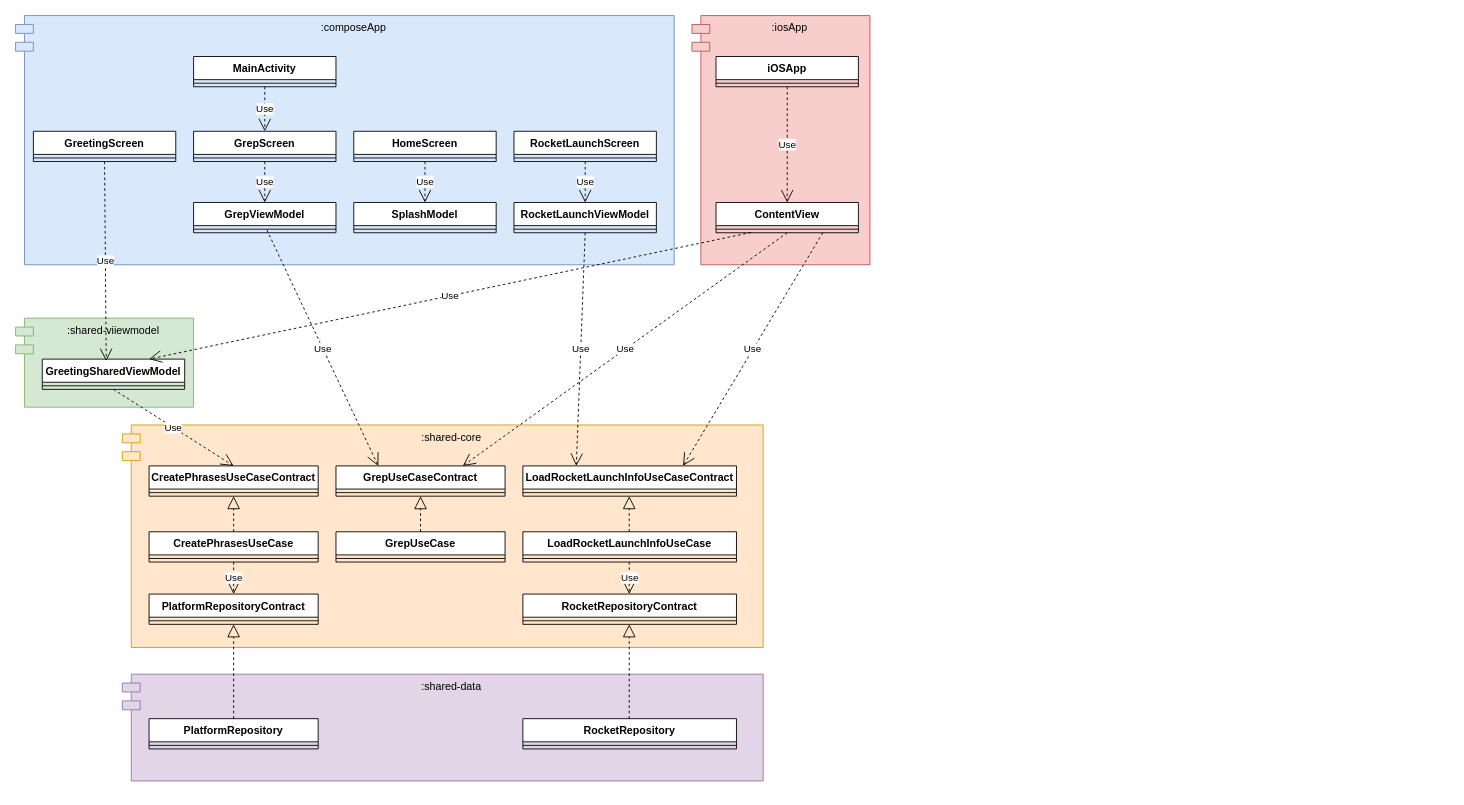
Above: page "class_diagram" (3 of 4) of KmpMultiModuleWithSubmodule/docs/kmp_multimodule.drawio in seabat/kmp-samples (draw.io), before the change. Source tidied: cells renumbered, new cells numbered last; positions are measured from the earlier drawing's top-left corner, leaving out a move shared by most shapes. Both pictures are drawn from the tidied source at 89%, with x=0, y=0 at pixel (15, 15).
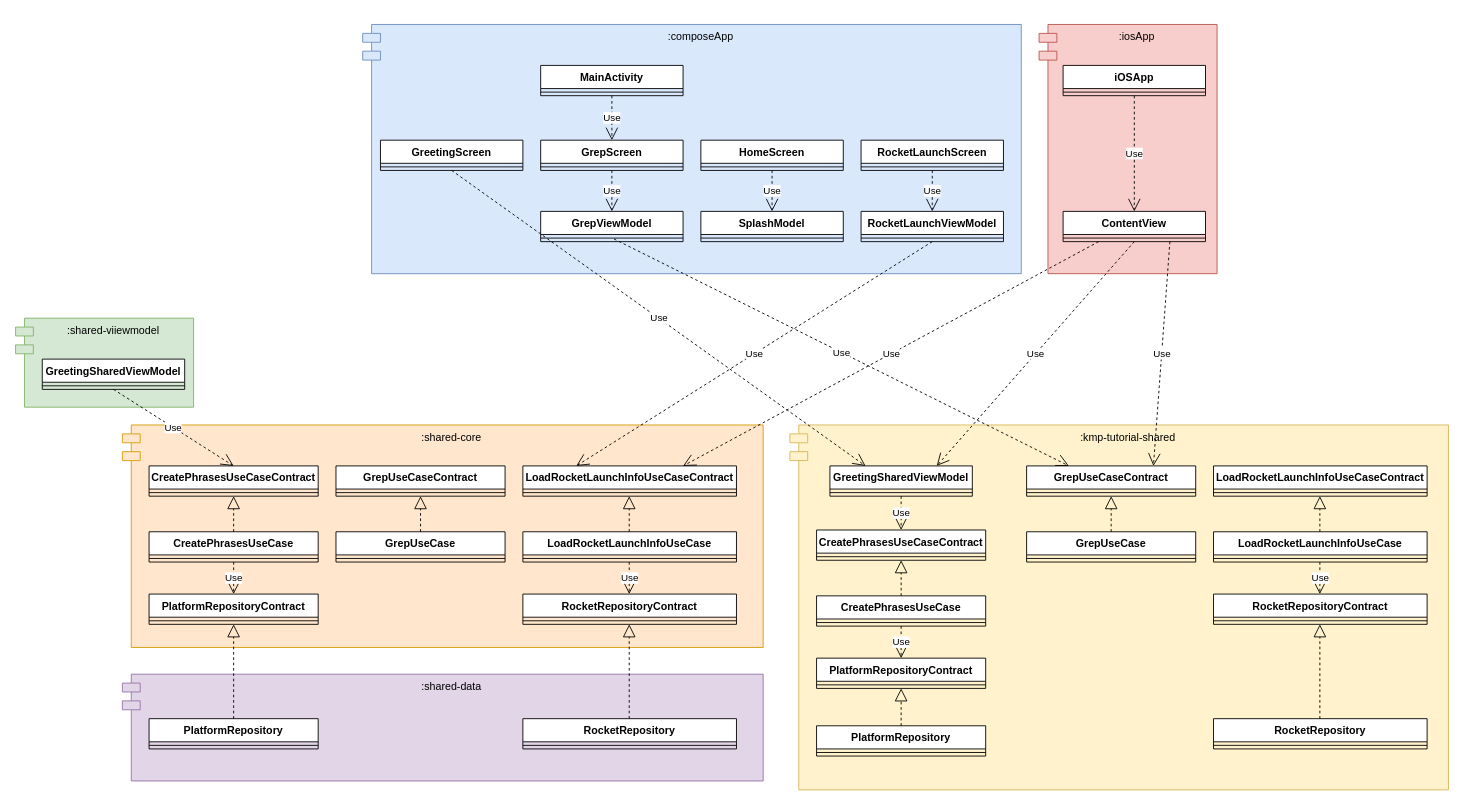
After the change.

Unchanged cells that the change refers to:
```xml
<mxCell id="17" style="line;strokeWidth=1;fillColor=none;align=left;verticalAlign=middle;spacingTop=-1;spacingLeft=3;spacingRight=3;labelPosition=right;points=[];portConstraint=eastwest;strokeColor=inherit;" parent="16" vertex="1">
  <mxGeometry y="26" width="160" height="8" as="geometry" />
</mxCell>
<mxCell id="21" value="GreetingSharedViewModel" style="swimlane;fontStyle=1;align=center;verticalAlign=top;horizontal=1;startSize=26;whiteSpace=wrap;html=1;" parent="1" vertex="1">
  <mxGeometry x="30" y="386" width="160" height="34" as="geometry" />
</mxCell>
<mxCell id="27" value="GrepUseCaseContract" style="swimlane;fontStyle=1;align=center;verticalAlign=top;horizontal=1;startSize=26;whiteSpace=wrap;html=1;" parent="1" vertex="1">
  <mxGeometry x="360" y="506" width="190" height="34" as="geometry" />
</mxCell>
<mxCell id="31" value="LoadRocketLaunchInfoUseCaseContract" style="swimlane;fontStyle=1;align=center;verticalAlign=top;horizontal=1;startSize=26;whiteSpace=wrap;html=1;" parent="1" vertex="1">
  <mxGeometry x="570" y="506" width="240" height="34" as="geometry" />
</mxCell>
<mxCell id="62" style="line;strokeWidth=1;fillColor=none;align=left;verticalAlign=middle;spacingTop=-1;spacingLeft=3;spacingRight=3;labelPosition=right;points=[];portConstraint=eastwest;strokeColor=inherit;" parent="61" vertex="1">
  <mxGeometry y="26" width="160" height="8" as="geometry" />
</mxCell>
```

What changed in the source:
```diff
@@
+    <mxCell id="68" value=":kmp-tutorial-shared" style="shape=module;align=left;spacingLeft=20;align=center;verticalAlign=top;whiteSpace=wrap;html=1;fillColor=#fff2cc;strokeColor=#d6b656;" parent="1" vertex="1">
+      <mxGeometry x="870" y="460" width="740" height="410" as="geometry" />
+    </mxCell>
     <mxCell id="2" value=":composeApp" style="shape=module;align=left;spacingLeft=20;align=center;verticalAlign=top;whiteSpace=wrap;html=1;fillColor=#dae8fc;strokeColor=#6c8ebf;" parent="1" vertex="1">
-      <mxGeometry width="740" height="280" as="geometry" />
+      <mxGeometry x="390" y="10" width="740" height="280" as="geometry" />
     </mxCell>
@@
     <mxCell id="4" value="MainActivity" style="swimlane;fontStyle=1;align=center;verticalAlign=top;horizontal=1;startSize=26;whiteSpace=wrap;html=1;" parent="1" vertex="1">
-      <mxGeometry x="200" y="46" width="160" height="34" as="geometry" />
+      <mxGeometry x="590" y="56" width="160" height="34" as="geometry" />
     </mxCell>
@@
     <mxCell id="6" value="GreetingScreen" style="swimlane;fontStyle=1;align=center;verticalAlign=top;horizontal=1;startSize=26;whiteSpace=wrap;html=1;" parent="1" vertex="1">
-      <mxGeometry x="20" y="130" width="160" height="34" as="geometry" />
+      <mxGeometry x="410" y="140" width="160" height="34" as="geometry" />
     </mxCell>
@@
     <mxCell id="8" value="GrepScreen" style="swimlane;fontStyle=1;align=center;verticalAlign=top;horizontal=1;startSize=26;whiteSpace=wrap;html=1;" parent="1" vertex="1">
-      <mxGeometry x="200" y="130" width="160" height="34" as="geometry" />
+      <mxGeometry x="590" y="140" width="160" height="34" as="geometry" />
     </mxCell>
@@
     <mxCell id="10" value="HomeScreen" style="swimlane;fontStyle=1;align=center;verticalAlign=top;horizontal=1;startSize=26;whiteSpace=wrap;html=1;" parent="1" vertex="1">
-      <mxGeometry x="380" y="130" width="160" height="34" as="geometry" />
+      <mxGeometry x="770" y="140" width="160" height="34" as="geometry" />
     </mxCell>
@@
     <mxCell id="12" value="RocketLaunchScreen" style="swimlane;fontStyle=1;align=center;verticalAlign=top;horizontal=1;startSize=26;whiteSpace=wrap;html=1;" parent="1" vertex="1">
-      <mxGeometry x="560" y="130" width="160" height="34" as="geometry" />
+      <mxGeometry x="950" y="140" width="160" height="34" as="geometry" />
     </mxCell>
@@
     <mxCell id="16" value="GrepViewModel" style="swimlane;fontStyle=1;align=center;verticalAlign=top;horizontal=1;startSize=26;whiteSpace=wrap;html=1;" parent="1" vertex="1">
-      <mxGeometry x="200" y="210" width="160" height="34" as="geometry" />
+      <mxGeometry x="590" y="220" width="160" height="34" as="geometry" />
     </mxCell>
@@
     <mxCell id="18" value="RocketLaunchViewModel" style="swimlane;fontStyle=1;align=center;verticalAlign=top;horizontal=1;startSize=26;whiteSpace=wrap;html=1;" parent="1" vertex="1">
-      <mxGeometry x="560" y="210" width="160" height="34" as="geometry" />
+      <mxGeometry x="950" y="220" width="160" height="34" as="geometry" />
     </mxCell>
@@
-    <mxCell id="38" value="Use" style="endArrow=open;endSize=12;dashed=1;html=1;rounded=0;exitX=0.5;exitY=1;exitDx=0;exitDy=0;entryX=0.449;entryY=0.066;entryDx=0;entryDy=0;entryPerimeter=0;" parent="1" edge="1" source="6" target="21">
+    <mxCell id="38" value="Use" style="endArrow=open;endSize=12;dashed=1;html=1;rounded=0;exitX=0.5;exitY=1;exitDx=0;exitDy=0;entryX=0.25;entryY=0;entryDx=0;entryDy=0;" parent="1" edge="1" source="6" target="69">
       <mxGeometry relative="1" as="geometry" />
     </mxCell>
@@
-    <mxCell id="51" value="Use" style="endArrow=open;endSize=12;dashed=1;html=1;rounded=0;exitX=0.515;exitY=0.625;exitDx=0;exitDy=0;entryX=0.25;entryY=0;entryDx=0;entryDy=0;exitPerimeter=0;" parent="1" edge="1" source="17" target="27">
+    <mxCell id="51" value="Use" style="endArrow=open;endSize=12;dashed=1;html=1;rounded=0;exitX=0.515;exitY=0.625;exitDx=0;exitDy=0;exitPerimeter=0;entryX=0.25;entryY=0;entryDx=0;entryDy=0;" parent="1" edge="1" source="17" target="96">
       <mxGeometry relative="1" as="geometry" />
     </mxCell>
     <mxCell id="52" value="SplashModel" style="swimlane;fontStyle=1;align=center;verticalAlign=top;horizontal=1;startSize=26;whiteSpace=wrap;html=1;" parent="1" vertex="1">
-      <mxGeometry x="380" y="210" width="160" height="34" as="geometry" />
+      <mxGeometry x="770" y="220" width="160" height="34" as="geometry" />
     </mxCell>
@@
     <mxCell id="58" value=":iosApp" style="shape=module;align=left;spacingLeft=20;align=center;verticalAlign=top;whiteSpace=wrap;html=1;fillColor=#f8cecc;strokeColor=#b85450;" parent="1" vertex="1">
-      <mxGeometry x="760" width="200" height="280" as="geometry" />
+      <mxGeometry x="1150" y="10" width="200" height="280" as="geometry" />
     </mxCell>
     <mxCell id="59" value="iOSApp" style="swimlane;fontStyle=1;align=center;verticalAlign=top;horizontal=1;startSize=26;whiteSpace=wrap;html=1;" parent="1" vertex="1">
-      <mxGeometry x="787" y="46" width="160" height="34" as="geometry" />
+      <mxGeometry x="1177" y="56" width="160" height="34" as="geometry" />
     </mxCell>
@@
     <mxCell id="61" value="ContentView" style="swimlane;fontStyle=1;align=center;verticalAlign=top;horizontal=1;startSize=26;whiteSpace=wrap;html=1;" parent="1" vertex="1">
-      <mxGeometry x="787" y="210" width="160" height="34" as="geometry" />
+      <mxGeometry x="1177" y="220" width="160" height="34" as="geometry" />
     </mxCell>
@@
-    <mxCell id="65" value="Use" style="endArrow=open;endSize=12;dashed=1;html=1;rounded=0;exitX=0.246;exitY=0.962;exitDx=0;exitDy=0;entryX=0.75;entryY=0;entryDx=0;entryDy=0;exitPerimeter=0;" parent="1" edge="1" source="62" target="21">
+    <mxCell id="65" value="Use" style="endArrow=open;endSize=12;dashed=1;html=1;rounded=0;entryX=0.75;entryY=0;entryDx=0;entryDy=0;exitX=0.5;exitY=1;exitDx=0;exitDy=0;" parent="1" edge="1" source="61" target="69">
       <mxGeometry relative="1" as="geometry" />
     </mxCell>
-    <mxCell id="66" value="Use" style="endArrow=open;endSize=12;dashed=1;html=1;rounded=0;exitX=0.5;exitY=1;exitDx=0;exitDy=0;entryX=0.75;entryY=0;entryDx=0;entryDy=0;" parent="1" edge="1" source="61" target="27">
+    <mxCell id="66" value="Use" style="endArrow=open;endSize=12;dashed=1;html=1;rounded=0;exitX=0.25;exitY=1;exitDx=0;exitDy=0;entryX=0.75;entryY=0;entryDx=0;entryDy=0;" parent="1" edge="1" source="61" target="31">
       <mxGeometry relative="1" as="geometry" />
     </mxCell>
-    <mxCell id="67" value="Use" style="endArrow=open;endSize=12;dashed=1;html=1;rounded=0;exitX=0.75;exitY=1;exitDx=0;exitDy=0;entryX=0.75;entryY=0;entryDx=0;entryDy=0;" parent="1" edge="1" source="61" target="31">
+    <mxCell id="67" value="Use" style="endArrow=open;endSize=12;dashed=1;html=1;rounded=0;exitX=0.75;exitY=1;exitDx=0;exitDy=0;entryX=0.75;entryY=0;entryDx=0;entryDy=0;" parent="1" edge="1" source="61" target="96">
       <mxGeometry relative="1" as="geometry" />
     </mxCell>
+    <mxCell id="69" value="GreetingSharedViewModel" style="swimlane;fontStyle=1;align=center;verticalAlign=top;horizontal=1;startSize=26;whiteSpace=wrap;html=1;" parent="1" vertex="1">
+      <mxGeometry x="915" y="506" width="160" height="34" as="geometry" />
+    </mxCell>
+    <mxCell id="70" style="line;strokeWidth=1;fillColor=none;align=left;verticalAlign=middle;spacingTop=-1;spacingLeft=3;spacingRight=3;labelPosition=right;strokeColor=inherit;" parent="69" vertex="1">
+      <mxGeometry y="26" width="160" height="8" as="geometry" />
+    </mxCell>
+    <mxCell id="71" value="CreatePhrasesUseCase" style="swimlane;fontStyle=1;align=center;verticalAlign=top;horizontal=1;startSize=26;whiteSpace=wrap;html=1;" parent="1" vertex="1">
+      <mxGeometry x="900" y="652" width="190" height="34" as="geometry" />
+    </mxCell>
+    <mxCell id="72" style="line;strokeWidth=1;fillColor=none;align=left;verticalAlign=middle;spacingTop=-1;spacingLeft=3;spacingRight=3;labelPosition=right;strokeColor=inherit;" parent="71" vertex="1">
+      <mxGeometry y="26" width="190" height="8" as="geometry" />
+    </mxCell>
+    <mxCell id="73" value="CreatePhrasesUseCaseContract" style="swimlane;fontStyle=1;align=center;verticalAlign=top;horizontal=1;startSize=26;whiteSpace=wrap;html=1;" parent="1" vertex="1">
+      <mxGeometry x="900" y="578" width="190" height="34" as="geometry" />
+    </mxCell>
+    <mxCell id="74" style="line;strokeWidth=1;fillColor=none;align=left;verticalAlign=middle;spacingTop=-1;spacingLeft=3;spacingRight=3;labelPosition=right;strokeColor=inherit;" parent="73" vertex="1">
+      <mxGeometry y="26" width="190" height="8" as="geometry" />
+    </mxCell>
+    <mxCell id="75" value="GrepUseCase" style="swimlane;fontStyle=1;align=center;verticalAlign=top;horizontal=1;startSize=26;whiteSpace=wrap;html=1;" parent="1" vertex="1">
+      <mxGeometry x="1136" y="580" width="190" height="34" as="geometry" />
+    </mxCell>
+    <mxCell id="76" style="line;strokeWidth=1;fillColor=none;align=left;verticalAlign=middle;spacingTop=-1;spacingLeft=3;spacingRight=3;labelPosition=right;strokeColor=inherit;" parent="75" vertex="1">
+      <mxGeometry y="26" width="190" height="8" as="geometry" />
+    </mxCell>
+    <mxCell id="77" value="LoadRocketLaunchInfoUseCase" style="swimlane;fontStyle=1;align=center;verticalAlign=top;horizontal=1;startSize=26;whiteSpace=wrap;html=1;" parent="1" vertex="1">
+      <mxGeometry x="1346" y="580" width="240" height="34" as="geometry" />
+    </mxCell>
+    <mxCell id="78" style="line;strokeWidth=1;fillColor=none;align=left;verticalAlign=middle;spacingTop=-1;spacingLeft=3;spacingRight=3;labelPosition=right;strokeColor=inherit;" parent="77" vertex="1">
+      <mxGeometry y="26" width="240" height="8" as="geometry" />
+    </mxCell>
+    <mxCell id="79" value="LoadRocketLaunchInfoUseCaseContract" style="swimlane;fontStyle=1;align=center;verticalAlign=top;horizontal=1;startSize=26;whiteSpace=wrap;html=1;" parent="1" vertex="1">
+      <mxGeometry x="1346" y="506" width="240" height="34" as="geometry" />
+    </mxCell>
+    <mxCell id="80" style="line;strokeWidth=1;fillColor=none;align=left;verticalAlign=middle;spacingTop=-1;spacingLeft=3;spacingRight=3;labelPosition=right;strokeColor=inherit;" parent="79" vertex="1">
+      <mxGeometry y="26" width="240" height="8" as="geometry" />
+    </mxCell>
+    <mxCell id="81" value="PlatformRepository" style="swimlane;fontStyle=1;align=center;verticalAlign=top;horizontal=1;startSize=26;whiteSpace=wrap;html=1;" parent="1" vertex="1">
+      <mxGeometry x="900" y="798" width="190" height="34" as="geometry" />
+    </mxCell>
+    <mxCell id="82" style="line;strokeWidth=1;fillColor=none;align=left;verticalAlign=middle;spacingTop=-1;spacingLeft=3;spacingRight=3;labelPosition=right;strokeColor=inherit;" parent="81" vertex="1">
+      <mxGeometry y="26" width="190" height="8" as="geometry" />
+    </mxCell>
+    <mxCell id="83" value="RocketRepository" style="swimlane;fontStyle=1;align=center;verticalAlign=top;horizontal=1;startSize=26;whiteSpace=wrap;html=1;" parent="1" vertex="1">
+      <mxGeometry x="1346" y="790" width="240" height="34" as="geometry" />
+    </mxCell>
+    <mxCell id="84" style="line;strokeWidth=1;fillColor=none;align=left;verticalAlign=middle;spacingTop=-1;spacingLeft=3;spacingRight=3;labelPosition=right;strokeColor=inherit;" parent="83" vertex="1">
+      <mxGeometry y="26" width="240" height="8" as="geometry" />
+    </mxCell>
+    <mxCell id="85" value="PlatformRepositoryContract" style="swimlane;fontStyle=1;align=center;verticalAlign=top;horizontal=1;startSize=26;whiteSpace=wrap;html=1;" parent="1" vertex="1">
+      <mxGeometry x="900" y="722" width="190" height="34" as="geometry" />
+    </mxCell>
+    <mxCell id="86" style="line;strokeWidth=1;fillColor=none;align=left;verticalAlign=middle;spacingTop=-1;spacingLeft=3;spacingRight=3;labelPosition=right;strokeColor=inherit;" parent="85" vertex="1">
+      <mxGeometry y="26" width="190" height="8" as="geometry" />
+    </mxCell>
+    <mxCell id="87" value="RocketRepositoryContract" style="swimlane;fontStyle=1;align=center;verticalAlign=top;horizontal=1;startSize=26;whiteSpace=wrap;html=1;" parent="1" vertex="1">
+      <mxGeometry x="1346" y="650" width="240" height="34" as="geometry" />
+    </mxCell>
+    <mxCell id="88" style="line;strokeWidth=1;fillColor=none;align=left;verticalAlign=middle;spacingTop=-1;spacingLeft=3;spacingRight=3;labelPosition=right;strokeColor=inherit;" parent="87" vertex="1">
+      <mxGeometry y="26" width="240" height="8" as="geometry" />
+    </mxCell>
+    <mxCell id="89" style="endArrow=block;dashed=1;endFill=0;endSize=12;html=1;rounded=0;entryX=0.5;entryY=1;entryDx=0;entryDy=0;exitX=0.5;exitY=0;exitDx=0;exitDy=0;" parent="1" edge="1" source="71" target="73">
+      <mxGeometry relative="1" as="geometry" />
+    </mxCell>
+    <mxCell id="90" value="Use" style="endArrow=open;endSize=12;dashed=1;html=1;rounded=0;exitX=0.5;exitY=1;exitDx=0;exitDy=0;entryX=0.5;entryY=0;entryDx=0;entryDy=0;" parent="1" edge="1" source="71" target="85">
+      <mxGeometry relative="1" as="geometry" />
+    </mxCell>
+    <mxCell id="91" style="endArrow=block;dashed=1;endFill=0;endSize=12;html=1;rounded=0;entryX=0.5;entryY=1;entryDx=0;entryDy=0;exitX=0.5;exitY=0;exitDx=0;exitDy=0;" parent="1" edge="1" source="81" target="85">
+      <mxGeometry relative="1" as="geometry" />
+    </mxCell>
+    <mxCell id="92" style="endArrow=block;dashed=1;endFill=0;endSize=12;html=1;rounded=0;entryX=0.5;entryY=1;entryDx=0;entryDy=0;" parent="1" edge="1" source="75">
+      <mxGeometry relative="1" as="geometry">
+        <mxPoint x="1231" y="540" as="targetPoint" />
+      </mxGeometry>
+    </mxCell>
+    <mxCell id="93" style="endArrow=block;dashed=1;endFill=0;endSize=12;html=1;rounded=0;entryX=0.5;entryY=1;entryDx=0;entryDy=0;exitX=0.5;exitY=0;exitDx=0;exitDy=0;" parent="1" edge="1">
+      <mxGeometry relative="1" as="geometry">
+        <mxPoint x="1465.5" y="580" as="sourcePoint" />
+        <mxPoint x="1465.5" y="540" as="targetPoint" />
+      </mxGeometry>
+    </mxCell>
+    <mxCell id="94" value="Use" style="endArrow=open;endSize=12;dashed=1;html=1;rounded=0;exitX=0.5;exitY=1;exitDx=0;exitDy=0;entryX=0.5;entryY=0;entryDx=0;entryDy=0;" parent="1" edge="1">
+      <mxGeometry relative="1" as="geometry">
+        <mxPoint x="1465.5" y="614" as="sourcePoint" />
+        <mxPoint x="1465.5" y="650" as="targetPoint" />
+      </mxGeometry>
+    </mxCell>
+    <mxCell id="95" style="endArrow=block;dashed=1;endFill=0;endSize=12;html=1;rounded=0;entryX=0.5;entryY=1;entryDx=0;entryDy=0;exitX=0.5;exitY=0;exitDx=0;exitDy=0;" parent="1" edge="1">
+      <mxGeometry relative="1" as="geometry">
+        <mxPoint x="1465.5" y="790" as="sourcePoint" />
+        <mxPoint x="1465.5" y="684" as="targetPoint" />
+      </mxGeometry>
+    </mxCell>
+    <mxCell id="96" value="GrepUseCaseContract" style="swimlane;fontStyle=1;align=center;verticalAlign=top;horizontal=1;startSize=26;whiteSpace=wrap;html=1;" parent="1" vertex="1">
+      <mxGeometry x="1136" y="506" width="190" height="34" as="geometry" />
+    </mxCell>
+    <mxCell id="97" style="line;strokeWidth=1;fillColor=none;align=left;verticalAlign=middle;spacingTop=-1;spacingLeft=3;spacingRight=3;labelPosition=right;strokeColor=inherit;" parent="96" vertex="1">
+      <mxGeometry y="26" width="190" height="8" as="geometry" />
+    </mxCell>
+    <mxCell id="98" value="Use" style="endArrow=open;endSize=12;dashed=1;html=1;rounded=0;entryX=0.5;entryY=0;entryDx=0;entryDy=0;" parent="1" edge="1" source="69" target="73">
+      <mxGeometry relative="1" as="geometry" />
+    </mxCell>
```
